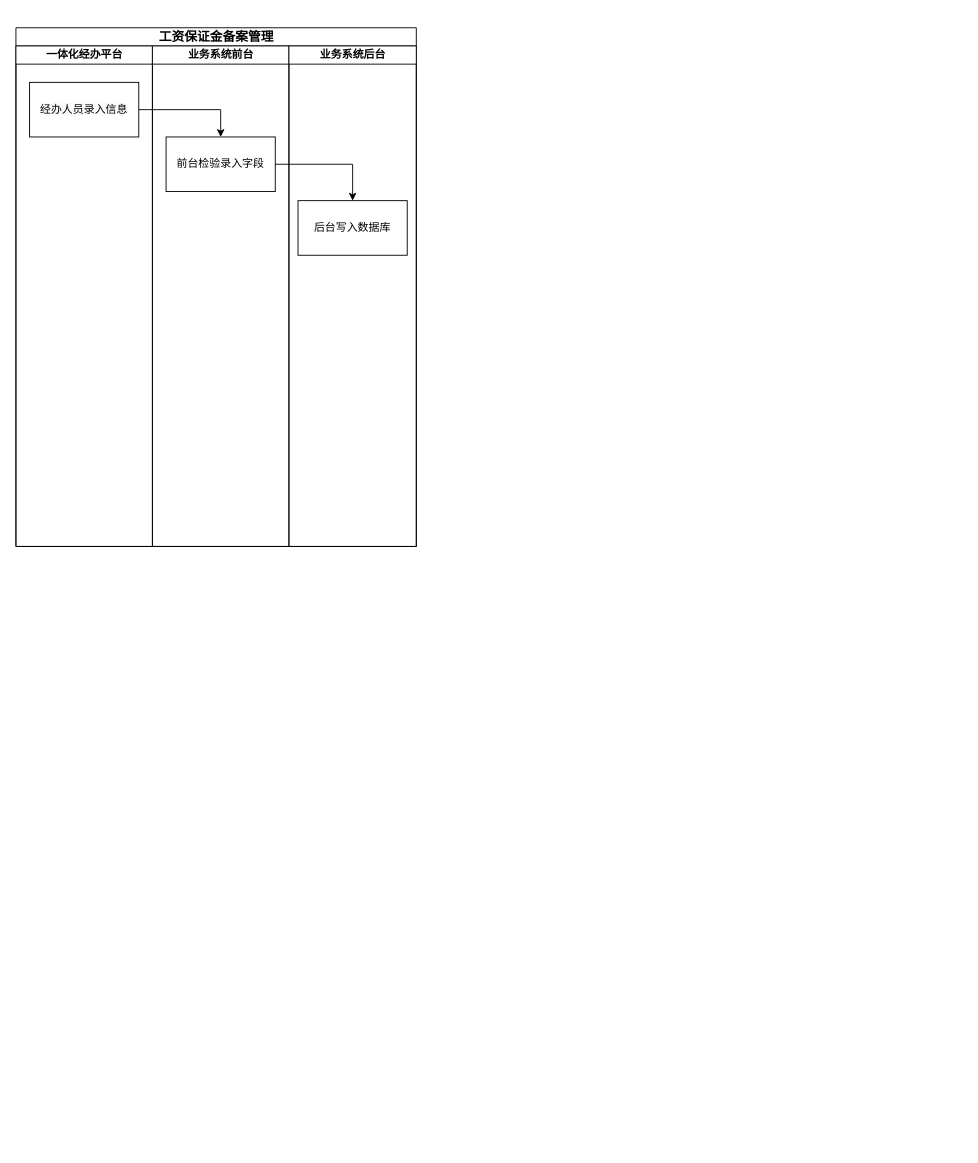
Earlier version of the draw.io diagram 农民工工资保证金.drawio (coderjbin/drawio). Source tidied: cells renumbered, new cells numbered last; positions are measured from the earlier drawing's top-left corner, leaving out a move shared by most shapes. Both pictures are drawn from the tidied source at 91%, with x=0, y=0 at pixel (15, 27).
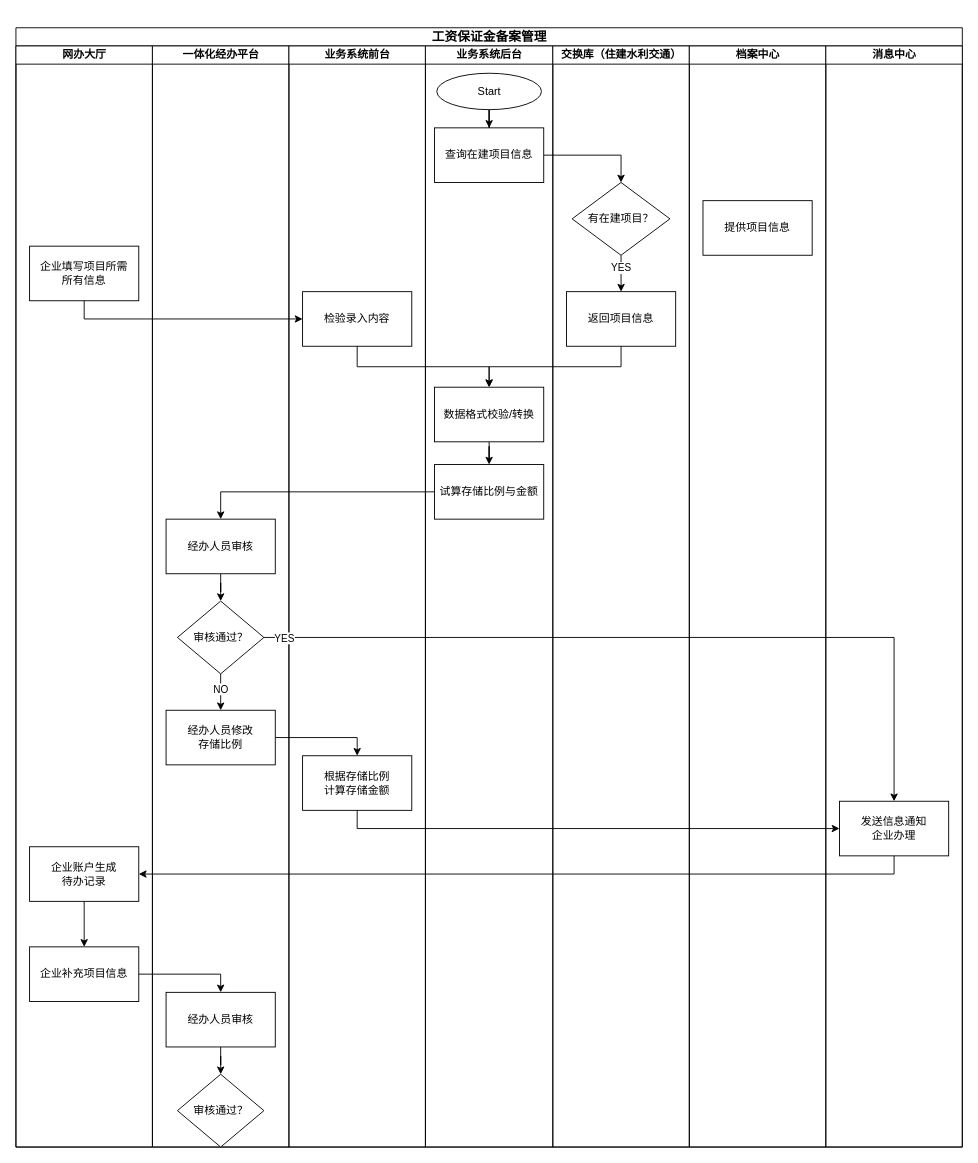
The same page after the edit.

Commit message (it also covers changes not shown here):
更新农民工工资保证金.drawio

Change to the diagram source:
```diff
@@
     <mxCell id="2" value="&lt;h3&gt;&lt;p class=&quot;MsoNormal&quot;&gt;&lt;span style=&quot;mso-spacerun:'yes';font-family:宋体;mso-ascii-font-family:Calibri;&lt;br/&gt;mso-hansi-font-family:Calibri;mso-bidi-font-family:'Times New Roman';font-size:10.5000pt;&lt;br/&gt;mso-font-kerning:1.0000pt;&quot;&gt;工资保证金备案管理&lt;/span&gt;&lt;/p&gt;&lt;/h3&gt;" style="swimlane;startSize=20;html=1;" parent="1" vertex="1">
-      <mxGeometry width="440" height="570" as="geometry" />
+      <mxGeometry width="1040" height="1230" as="geometry" />
     </mxCell>
+    <mxCell id="11" value="网办大厅" style="swimlane;startSize=20;html=1;" parent="2" vertex="1">
+      <mxGeometry y="20" width="150" height="1210" as="geometry" />
+    </mxCell>
+    <mxCell id="12" style="edgeStyle=orthogonalEdgeStyle;rounded=0;orthogonalLoop=1;jettySize=auto;html=1;entryX=0.5;entryY=0;entryDx=0;entryDy=0;" parent="11" edge="1">
+      <mxGeometry relative="1" as="geometry">
+        <mxPoint x="75" y="70" as="sourcePoint" />
+      </mxGeometry>
+    </mxCell>
+    <mxCell id="13" style="edgeStyle=orthogonalEdgeStyle;rounded=0;orthogonalLoop=1;jettySize=auto;html=1;entryX=0.5;entryY=0;entryDx=0;entryDy=0;" parent="11" edge="1">
+      <mxGeometry relative="1" as="geometry">
+        <mxPoint x="75.1" y="169.9" as="sourcePoint" />
+      </mxGeometry>
+    </mxCell>
+    <mxCell id="14" value="NO" style="edgeLabel;html=1;align=center;verticalAlign=middle;" parent="13" vertex="1">
+      <mxGeometry x="-0.2" y="-1" relative="1" as="geometry" />
+    </mxCell>
+    <mxCell id="15" style="edgeStyle=orthogonalEdgeStyle;rounded=0;jettySize=auto;html=1;" parent="11" edge="1" source="16" target="17">
+      <mxGeometry relative="1" as="geometry" />
+    </mxCell>
+    <mxCell id="16" value="企业账户生成&lt;div&gt;待办记录&lt;/div&gt;" style="whiteSpace=wrap;html=1;rounded=0;" parent="11" vertex="1">
+      <mxGeometry x="15" y="880" width="120" height="60" as="geometry" />
+    </mxCell>
+    <mxCell id="17" value="企业补充项目信息" style="whiteSpace=wrap;html=1;rounded=0;" parent="11" vertex="1">
+      <mxGeometry x="15" y="990" width="120" height="60" as="geometry" />
+    </mxCell>
+    <mxCell id="4" value="&lt;span style=&quot;color: rgb(0, 0, 0); font-family: Helvetica; font-size: 12px; font-style: normal; font-variant-ligatures: normal; font-variant-caps: normal; font-weight: 400; letter-spacing: normal; orphans: 2; text-align: center; text-indent: 0px; text-transform: none; widows: 2; word-spacing: 0px; -webkit-text-stroke-width: 0px; white-space: normal; background-color: rgb(251, 251, 251); text-decoration-thickness: initial; text-decoration-style: initial; text-decoration-color: initial; display: inline !important; float: none;&quot;&gt;企业填写&lt;/span&gt;项目所需&lt;div&gt;所有信息&lt;/div&gt;" style="rounded=0;whiteSpace=wrap;html=1;" parent="11" vertex="1">
+      <mxGeometry x="15" y="220" width="120" height="60" as="geometry" />
+    </mxCell>
     <mxCell id="3" value="一体化经办平台" style="swimlane;startSize=20;html=1;" parent="2" vertex="1">
-      <mxGeometry y="20" width="150" height="550" as="geometry" />
+      <mxGeometry x="150" y="20" width="150" height="1210" as="geometry" />
     </mxCell>
-    <mxCell id="4" value="&lt;span style=&quot;color: rgb(0, 0, 0); font-family: Helvetica; font-size: 12px; font-style: normal; font-variant-ligatures: normal; font-variant-caps: normal; font-weight: 400; letter-spacing: normal; orphans: 2; text-align: center; text-indent: 0px; text-transform: none; widows: 2; word-spacing: 0px; -webkit-text-stroke-width: 0px; white-space: normal; background-color: rgb(251, 251, 251); text-decoration-thickness: initial; text-decoration-style: initial; text-decoration-color: initial; display: inline !important; float: none;&quot;&gt;经办人员录入信息&lt;/span&gt;" style="rounded=0;whiteSpace=wrap;html=1;" parent="3" vertex="1">
-      <mxGeometry x="15" y="40" width="120" height="60" as="geometry" />
-    </mxCell>
+    <mxCell id="18" style="edgeStyle=orthogonalEdgeStyle;rounded=0;jettySize=auto;html=1;entryX=0.5;entryY=0;entryDx=0;entryDy=0;" parent="3" edge="1" source="19" target="22">
+      <mxGeometry relative="1" as="geometry" />
+    </mxCell>
+    <mxCell id="19" value="&lt;span style=&quot;color: rgb(0, 0, 0); font-family: Helvetica; font-size: 12px; font-style: normal; font-variant-ligatures: normal; font-variant-caps: normal; font-weight: 400; letter-spacing: normal; orphans: 2; text-align: center; text-indent: 0px; text-transform: none; widows: 2; word-spacing: 0px; -webkit-text-stroke-width: 0px; white-space: normal; background-color: rgb(251, 251, 251); text-decoration-thickness: initial; text-decoration-style: initial; text-decoration-color: initial; display: inline !important; float: none;&quot;&gt;经办人员审核&lt;/span&gt;" style="rounded=0;whiteSpace=wrap;html=1;" parent="3" vertex="1">
+      <mxGeometry x="15" y="520" width="120" height="60" as="geometry" />
+    </mxCell>
+    <mxCell id="20" style="edgeStyle=orthogonalEdgeStyle;rounded=0;jettySize=auto;html=1;entryX=0.5;entryY=0;entryDx=0;entryDy=0;" parent="3" edge="1" source="22" target="23">
+      <mxGeometry relative="1" as="geometry" />
+    </mxCell>
+    <mxCell id="21" value="NO" style="edgeLabel;html=1;align=center;verticalAlign=middle;" parent="20" vertex="1">
+      <mxGeometry x="-0.18" y="-1" relative="1" as="geometry" />
+    </mxCell>
+    <mxCell id="22" value="审核通过？" style="rhombus;whiteSpace=wrap;html=1;" parent="3" vertex="1">
+      <mxGeometry x="27.5" y="610" width="95" height="80" as="geometry" />
+    </mxCell>
+    <mxCell id="23" value="&lt;span style=&quot;color: rgb(0, 0, 0); font-family: Helvetica; font-size: 12px; font-style: normal; font-variant-ligatures: normal; font-variant-caps: normal; font-weight: 400; letter-spacing: normal; orphans: 2; text-align: center; text-indent: 0px; text-transform: none; widows: 2; word-spacing: 0px; -webkit-text-stroke-width: 0px; white-space: normal; background-color: rgb(251, 251, 251); text-decoration-thickness: initial; text-decoration-style: initial; text-decoration-color: initial; display: inline !important; float: none;&quot;&gt;经办人员修改&lt;/span&gt;&lt;div&gt;&lt;span style=&quot;color: rgb(0, 0, 0); font-family: Helvetica; font-size: 12px; font-style: normal; font-variant-ligatures: normal; font-variant-caps: normal; font-weight: 400; letter-spacing: normal; orphans: 2; text-align: center; text-indent: 0px; text-transform: none; widows: 2; word-spacing: 0px; -webkit-text-stroke-width: 0px; white-space: normal; background-color: rgb(251, 251, 251); text-decoration-thickness: initial; text-decoration-style: initial; text-decoration-color: initial; display: inline !important; float: none;&quot;&gt;存储比例&lt;/span&gt;&lt;/div&gt;" style="rounded=0;whiteSpace=wrap;html=1;" parent="3" vertex="1">
+      <mxGeometry x="15" y="730" width="120" height="60" as="geometry" />
+    </mxCell>
+    <mxCell id="24" style="edgeStyle=orthogonalEdgeStyle;rounded=0;jettySize=auto;html=1;entryX=0.5;entryY=0;entryDx=0;entryDy=0;" parent="3" edge="1" source="25" target="26">
+      <mxGeometry relative="1" as="geometry" />
+    </mxCell>
+    <mxCell id="25" value="&lt;span style=&quot;color: rgb(0, 0, 0); font-family: Helvetica; font-size: 12px; font-style: normal; font-variant-ligatures: normal; font-variant-caps: normal; font-weight: 400; letter-spacing: normal; orphans: 2; text-align: center; text-indent: 0px; text-transform: none; widows: 2; word-spacing: 0px; -webkit-text-stroke-width: 0px; white-space: normal; background-color: rgb(251, 251, 251); text-decoration-thickness: initial; text-decoration-style: initial; text-decoration-color: initial; display: inline !important; float: none;&quot;&gt;经办人员审核&lt;/span&gt;" style="rounded=0;whiteSpace=wrap;html=1;" parent="3" vertex="1">
+      <mxGeometry x="15" y="1040" width="120" height="60" as="geometry" />
+    </mxCell>
+    <mxCell id="26" value="审核通过？" style="rhombus;whiteSpace=wrap;html=1;" parent="3" vertex="1">
+      <mxGeometry x="27.5" y="1130" width="95" height="80" as="geometry" />
+    </mxCell>
     <mxCell id="5" value="业务系统前台" style="swimlane;startSize=20;html=1;" parent="2" vertex="1">
-      <mxGeometry x="150" y="20" width="150" height="550" as="geometry" />
+      <mxGeometry x="300" y="20" width="150" height="1210" as="geometry" />
     </mxCell>
-    <mxCell id="6" value="前台检验录入字段" style="rounded=0;whiteSpace=wrap;html=1;" parent="5" vertex="1">
-      <mxGeometry x="15" y="100" width="120" height="60" as="geometry" />
+    <mxCell id="6" value="&lt;div&gt;&lt;span style=&quot;background-color: initial;&quot;&gt;检验录入内容&lt;/span&gt;&lt;br&gt;&lt;/div&gt;" style="rounded=0;whiteSpace=wrap;html=1;" parent="5" vertex="1">
+      <mxGeometry x="15" y="270" width="120" height="60" as="geometry" />
     </mxCell>
+    <mxCell id="27" value="根据存储比例&lt;div&gt;计算存储金额&lt;/div&gt;" style="rounded=0;whiteSpace=wrap;html=1;" parent="5" vertex="1">
+      <mxGeometry x="15" y="780" width="120" height="60" as="geometry" />
+    </mxCell>
     <mxCell id="7" value="业务系统后台" style="swimlane;startSize=20;html=1;" parent="2" vertex="1">
-      <mxGeometry x="300" y="20" width="140" height="550" as="geometry" />
+      <mxGeometry x="450" y="20" width="140" height="1210" as="geometry" />
     </mxCell>
+    <mxCell id="28" style="edgeStyle=orthogonalEdgeStyle;rounded=0;jettySize=auto;html=1;entryX=0.5;entryY=0;entryDx=0;entryDy=0;" parent="7" edge="1" source="8" target="30">
+      <mxGeometry relative="1" as="geometry" />
+    </mxCell>
-    <mxCell id="8" value="后台写入数据库" style="rounded=0;whiteSpace=wrap;html=1;" parent="7" vertex="1">
-      <mxGeometry x="10" y="170" width="120" height="60" as="geometry" />
+    <mxCell id="8" value="数据格式校验/转换" style="rounded=0;whiteSpace=wrap;html=1;" parent="7" vertex="1">
+      <mxGeometry x="10" y="375" width="120" height="60" as="geometry" />
     </mxCell>
+    <mxCell id="29" value="查询在建项目信息" style="rounded=0;whiteSpace=wrap;html=1;" parent="7" vertex="1">
+      <mxGeometry x="10" y="90" width="120" height="60" as="geometry" />
+    </mxCell>
+    <mxCell id="30" value="试算存储比例与金额" style="rounded=0;whiteSpace=wrap;html=1;" parent="7" vertex="1">
+      <mxGeometry x="10" y="460" width="120" height="60" as="geometry" />
+    </mxCell>
+    <mxCell id="31" style="edgeStyle=orthogonalEdgeStyle;rounded=0;jettySize=auto;html=1;entryX=0.5;entryY=0;entryDx=0;entryDy=0;" parent="7" edge="1" source="32" target="29">
+      <mxGeometry relative="1" as="geometry" />
+    </mxCell>
+    <mxCell id="32" value="Start" style="ellipse;whiteSpace=wrap;html=1;" parent="7" vertex="1">
+      <mxGeometry x="12.5" y="30" width="115" height="40" as="geometry" />
+    </mxCell>
+    <mxCell id="33" value="交换库（住建水利交通）" style="swimlane;startSize=20;html=1;" parent="2" vertex="1">
+      <mxGeometry x="590" y="20" width="150" height="1210" as="geometry" />
+    </mxCell>
+    <mxCell id="34" value="返回项目信息" style="whiteSpace=wrap;html=1;rounded=0;" parent="33" vertex="1">
+      <mxGeometry x="15" y="270" width="120" height="60" as="geometry" />
+    </mxCell>
+    <mxCell id="35" value="有在建项目&lt;span style=&quot;background-color: initial;&quot;&gt;？&lt;/span&gt;" style="rhombus;whiteSpace=wrap;html=1;" parent="33" vertex="1">
+      <mxGeometry x="21.2" y="150" width="107.5" height="80" as="geometry" />
+    </mxCell>
+    <mxCell id="36" style="edgeStyle=orthogonalEdgeStyle;rounded=0;jettySize=auto;html=1;exitX=0.5;exitY=1;exitDx=0;exitDy=0;entryX=0.5;entryY=0;entryDx=0;entryDy=0;" parent="33" edge="1" source="35" target="34">
+      <mxGeometry relative="1" as="geometry" />
+    </mxCell>
+    <mxCell id="37" value="YES" style="edgeLabel;html=1;align=center;verticalAlign=middle;" parent="36" vertex="1">
+      <mxGeometry x="-0.32" relative="1" as="geometry" />
+    </mxCell>
+    <mxCell id="38" value="档案中心" style="swimlane;startSize=20;html=1;" parent="2" vertex="1">
+      <mxGeometry x="740" y="20" width="150" height="1210" as="geometry" />
+    </mxCell>
+    <mxCell id="39" value="提供项目信息" style="whiteSpace=wrap;html=1;rounded=0;" parent="38" vertex="1">
+      <mxGeometry x="15" y="170" width="120" height="60" as="geometry" />
+    </mxCell>
+    <mxCell id="40" value="消息中心" style="swimlane;startSize=20;html=1;" parent="2" vertex="1">
+      <mxGeometry x="890" y="20" width="150" height="1210" as="geometry" />
+    </mxCell>
+    <mxCell id="41" value="发送信息通知&lt;div&gt;企业办理&lt;/div&gt;" style="whiteSpace=wrap;html=1;rounded=0;" parent="40" vertex="1">
+      <mxGeometry x="15" y="830" width="120" height="60" as="geometry" />
+    </mxCell>
-    <mxCell id="9" style="edgeStyle=orthogonalEdgeStyle;rounded=0;jettySize=auto;html=1;exitX=1;exitY=0.5;exitDx=0;exitDy=0;entryX=0.5;entryY=0;entryDx=0;entryDy=0;" parent="2" edge="1" source="4" target="6">
+    <mxCell id="9" style="edgeStyle=orthogonalEdgeStyle;rounded=0;jettySize=auto;html=1;exitX=0.5;exitY=1;exitDx=0;exitDy=0;entryX=0;entryY=0.5;entryDx=0;entryDy=0;" parent="2" edge="1" source="4" target="6">
       <mxGeometry relative="1" as="geometry" />
     </mxCell>
-    <mxCell id="10" style="edgeStyle=orthogonalEdgeStyle;rounded=0;jettySize=auto;html=1;entryX=0.5;entryY=0;entryDx=0;entryDy=0;exitX=1;exitY=0.5;exitDx=0;exitDy=0;" parent="2" edge="1" source="6" target="8">
+    <mxCell id="10" style="edgeStyle=orthogonalEdgeStyle;rounded=0;jettySize=auto;html=1;entryX=0.5;entryY=0;entryDx=0;entryDy=0;exitX=0.5;exitY=1;exitDx=0;exitDy=0;" parent="2" edge="1" source="6" target="8">
       <mxGeometry relative="1" as="geometry" />
     </mxCell>
+    <mxCell id="42" style="edgeStyle=orthogonalEdgeStyle;rounded=0;jettySize=auto;html=1;entryX=0.5;entryY=0;entryDx=0;entryDy=0;exitX=0.5;exitY=1;exitDx=0;exitDy=0;" parent="2" edge="1" source="34" target="8">
+      <mxGeometry relative="1" as="geometry" />
+    </mxCell>
+    <mxCell id="43" style="edgeStyle=orthogonalEdgeStyle;rounded=0;jettySize=auto;html=1;exitX=1;exitY=0.5;exitDx=0;exitDy=0;entryX=0.5;entryY=0;entryDx=0;entryDy=0;" parent="2" edge="1" source="29" target="35">
+      <mxGeometry relative="1" as="geometry" />
+    </mxCell>
+    <mxCell id="44" style="edgeStyle=orthogonalEdgeStyle;rounded=0;jettySize=auto;html=1;entryX=0.5;entryY=0;entryDx=0;entryDy=0;" parent="2" edge="1" source="30" target="19">
+      <mxGeometry relative="1" as="geometry" />
+    </mxCell>
+    <mxCell id="45" style="edgeStyle=orthogonalEdgeStyle;rounded=0;jettySize=auto;html=1;entryX=0.5;entryY=0;entryDx=0;entryDy=0;" parent="2" edge="1" source="22" target="41">
+      <mxGeometry relative="1" as="geometry" />
+    </mxCell>
+    <mxCell id="46" value="YES" style="edgeLabel;html=1;align=center;verticalAlign=middle;" parent="45" vertex="1">
+      <mxGeometry x="-0.95" relative="1" as="geometry" />
+    </mxCell>
+    <mxCell id="47" style="edgeStyle=orthogonalEdgeStyle;rounded=0;jettySize=auto;html=1;entryX=0.5;entryY=0;entryDx=0;entryDy=0;" parent="2" edge="1" source="23" target="27">
+      <mxGeometry relative="1" as="geometry" />
+    </mxCell>
+    <mxCell id="48" style="edgeStyle=orthogonalEdgeStyle;rounded=0;jettySize=auto;html=1;entryX=0;entryY=0.5;entryDx=0;entryDy=0;exitX=0.5;exitY=1;exitDx=0;exitDy=0;" parent="2" edge="1" source="27" target="41">
+      <mxGeometry relative="1" as="geometry" />
+    </mxCell>
+    <mxCell id="49" style="edgeStyle=orthogonalEdgeStyle;rounded=0;jettySize=auto;html=1;entryX=1;entryY=0.5;entryDx=0;entryDy=0;exitX=0.5;exitY=1;exitDx=0;exitDy=0;" parent="2" edge="1" source="41" target="16">
+      <mxGeometry relative="1" as="geometry" />
+    </mxCell>
+    <mxCell id="50" style="edgeStyle=orthogonalEdgeStyle;rounded=0;jettySize=auto;html=1;entryX=0.5;entryY=0;entryDx=0;entryDy=0;" parent="2" edge="1" source="17" target="25">
+      <mxGeometry relative="1" as="geometry" />
+    </mxCell>
```
